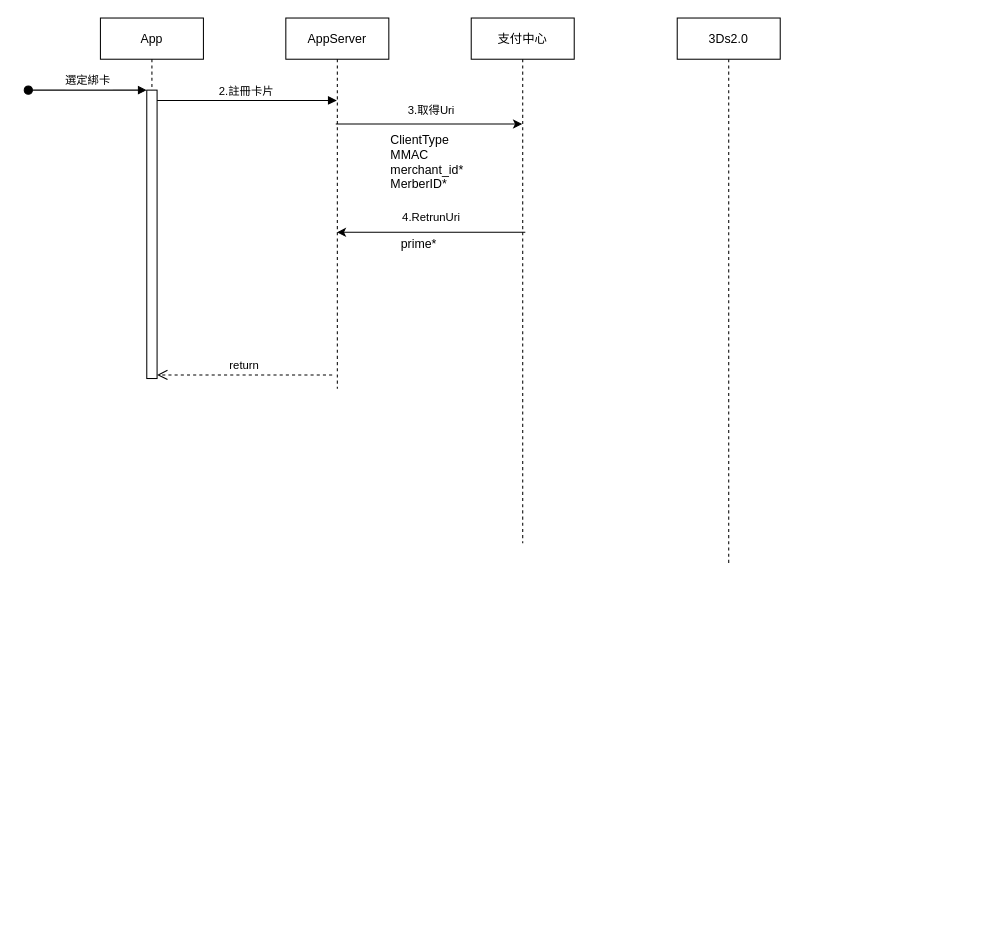
The draw.io diagram 交易流程.drawio in ChihLin8168/newDrawio, before the edit. Source tidied: cells renumbered, new cells numbered last; positions are measured from the earlier drawing's top-left corner, leaving out a move shared by most shapes. Both pictures are drawn from the tidied source at 103%, with x=0, y=0 at pixel (28, 18).
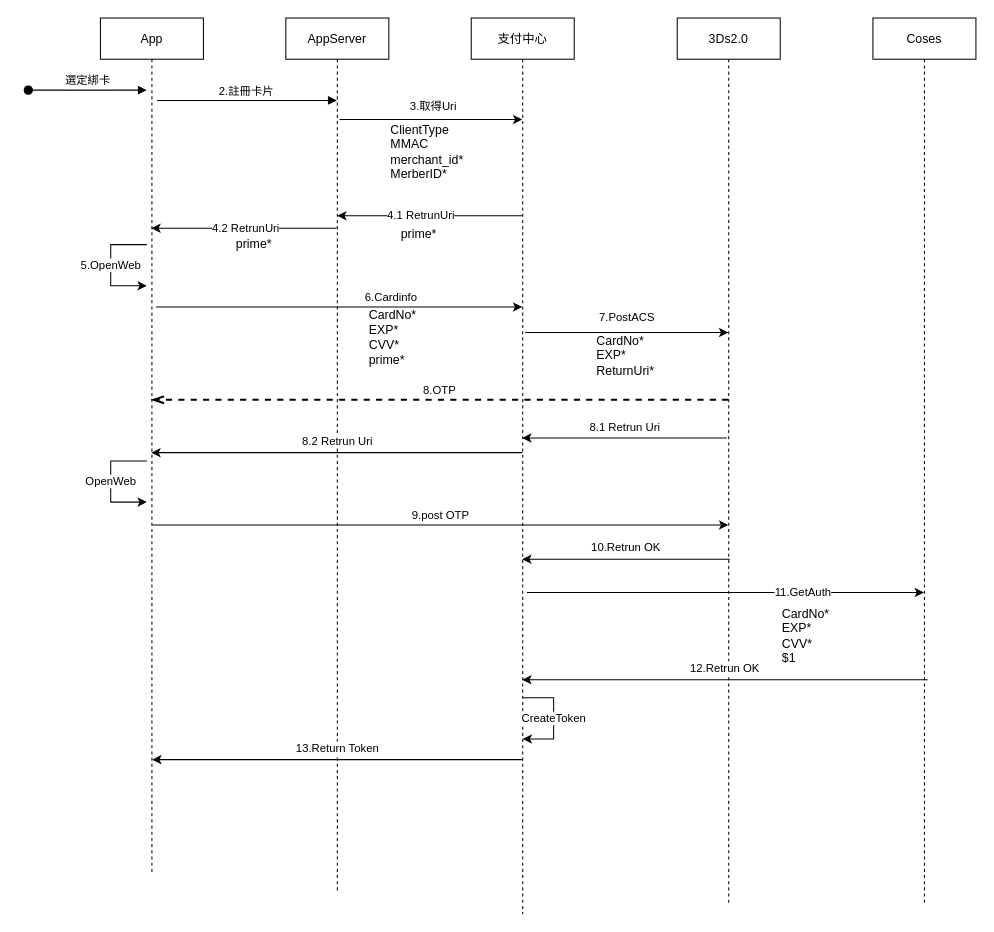
Above is the later version.

Commit message:
更新交易流程.drawio

Change to the diagram source:
```diff
@@
     <mxCell id="2" value="App" style="shape=umlLifeline;perimeter=lifelinePerimeter;rounded=0;shadow=0;strokeWidth=1;" parent="1" vertex="1">
-      <mxGeometry x="70" width="100" height="350" as="geometry" />
+      <mxGeometry x="70" width="100" height="830" as="geometry" />
     </mxCell>
-    <mxCell id="3" style="points=[];perimeter=orthogonalPerimeter;rounded=0;shadow=0;strokeWidth=1;" parent="2" vertex="1">
-      <mxGeometry x="45" y="70" width="10" height="280" as="geometry" />
-    </mxCell>
-    <mxCell id="4" value="選定綁卡" style="verticalAlign=bottom;startArrow=oval;endArrow=block;startSize=8;shadow=0;strokeWidth=1;" parent="2" edge="1" target="3">
+    <mxCell id="4" value="選定綁卡" style="verticalAlign=bottom;startArrow=oval;endArrow=block;startSize=8;shadow=0;strokeWidth=1;" parent="2" edge="1">
       <mxGeometry relative="1" as="geometry">
         <mxPoint x="-70" y="70" as="sourcePoint" />
+        <mxPoint x="45" y="70" as="targetPoint" />
       </mxGeometry>
     </mxCell>
+    <mxCell id="14" value="5.OpenWeb" style="edgeStyle=elbowEdgeStyle;rounded=0;orthogonalLoop=1;jettySize=auto;html=1;" parent="2" edge="1">
+      <mxGeometry relative="1" as="geometry">
+        <mxPoint x="45" y="220" as="sourcePoint" />
+        <mxPoint x="45" y="260" as="targetPoint" />
+        <Array as="points">
+          <mxPoint x="10" y="220" />
+          <mxPoint x="-20" y="170" />
+        </Array>
+      </mxGeometry>
+    </mxCell>
+    <mxCell id="15" value="OpenWeb" style="edgeStyle=elbowEdgeStyle;rounded=0;orthogonalLoop=1;jettySize=auto;html=1;" parent="2" edge="1">
+      <mxGeometry relative="1" as="geometry">
+        <mxPoint x="45" y="430" as="sourcePoint" />
+        <mxPoint x="45" y="470" as="targetPoint" />
+        <Array as="points">
+          <mxPoint x="10" y="430" />
+          <mxPoint x="-20" y="380" />
+        </Array>
+      </mxGeometry>
+    </mxCell>
     <mxCell id="5" value="AppServer" style="shape=umlLifeline;perimeter=lifelinePerimeter;rounded=0;shadow=0;strokeWidth=1;" parent="1" vertex="1">
-      <mxGeometry x="250" width="100" height="360" as="geometry" />
+      <mxGeometry x="250" width="100" height="850" as="geometry" />
     </mxCell>
-    <mxCell id="6" value="return" style="verticalAlign=bottom;endArrow=open;dashed=1;endSize=8;exitX=0;exitY=0.95;shadow=0;strokeWidth=1;" parent="1" edge="1" target="3">
-      <mxGeometry relative="1" as="geometry">
-        <mxPoint x="295" y="346.5" as="sourcePoint" />
-      </mxGeometry>
+    <mxCell id="6" value="8.OTP" style="verticalAlign=bottom;endArrow=openThin;dashed=1;endSize=8;shadow=0;strokeWidth=2;exitX=0.496;exitY=0.431;exitDx=0;exitDy=0;exitPerimeter=0;endFill=0;" parent="1" edge="1" source="11" target="2">
+      <mxGeometry relative="1" as="geometry" />
     </mxCell>
-    <mxCell id="7" value="2.註冊卡片" style="verticalAlign=bottom;endArrow=block;shadow=0;strokeWidth=1;" parent="1" edge="1" source="3" target="5">
+    <mxCell id="7" value="2.註冊卡片" style="verticalAlign=bottom;endArrow=block;shadow=0;strokeWidth=1;" parent="1" edge="1" target="5">
       <mxGeometry relative="1" as="geometry">
+        <mxPoint x="125" y="80" as="sourcePoint" />
         <Array as="points">
           <mxPoint x="200" y="80" />
         </Array>
       </mxGeometry>
     </mxCell>
     <mxCell id="8" value="支付中心" style="shape=umlLifeline;perimeter=lifelinePerimeter;rounded=0;shadow=0;strokeWidth=1;" parent="1" vertex="1">
-      <mxGeometry x="430" width="100" height="510" as="geometry" />
+      <mxGeometry x="430" width="100" height="870" as="geometry" />
     </mxCell>
+    <mxCell id="16" value="CreateToken" style="edgeStyle=elbowEdgeStyle;rounded=0;orthogonalLoop=1;jettySize=auto;html=1;" parent="8" edge="1">
+      <mxGeometry relative="1" as="geometry">
+        <mxPoint x="50" y="660" as="sourcePoint" />
+        <mxPoint x="50" y="700" as="targetPoint" />
+        <Array as="points">
+          <mxPoint x="80" y="680" />
+          <mxPoint x="-15" y="610" />
+        </Array>
+      </mxGeometry>
+    </mxCell>
     <mxCell id="9" value="prime*" style="text;html=1;verticalAlign=middle;strokeColor=none;fillColor=none;" parent="1" vertex="1">
-      <mxGeometry x="360" y="210" width="50" height="20" as="geometry" />
+      <mxGeometry x="200" y="210" width="50" height="20" as="geometry" />
     </mxCell>
-    <mxCell id="10" value="3.取得Uri" style="edgeStyle=none;rounded=0;jettySize=auto;html=1;exitX=0.485;exitY=0.286;exitDx=0;exitDy=0;exitPerimeter=0;" parent="1" edge="1" source="5" target="8">
+    <mxCell id="10" value="3.取得Uri" style="edgeStyle=none;rounded=0;jettySize=auto;html=1;exitX=0.522;exitY=0.116;exitDx=0;exitDy=0;exitPerimeter=0;" parent="1" edge="1" source="5" target="8">
       <mxGeometry x="0.01" y="13" relative="1" as="geometry">
         <mxPoint x="1" as="offset" />
       </mxGeometry>
     </mxCell>
     <mxCell id="11" value="3Ds2.0" style="shape=umlLifeline;perimeter=lifelinePerimeter;rounded=0;shadow=0;strokeWidth=1;" parent="1" vertex="1">
-      <mxGeometry x="630" width="100" height="530" as="geometry" />
+      <mxGeometry x="630" width="100" height="860" as="geometry" />
     </mxCell>
     <mxCell id="12" value="ClientType&lt;br&gt;MMAC&lt;br&gt;merchant_id*&lt;br&gt;MerberID*" style="text;html=1;verticalAlign=middle;strokeColor=none;fillColor=none;" parent="1" vertex="1">
-      <mxGeometry x="350" y="110" width="90" height="60" as="geometry" />
+      <mxGeometry x="350" y="100" width="90" height="60" as="geometry" />
     </mxCell>
-    <mxCell id="13" value="4.RetrunUri" style="edgeStyle=none;rounded=0;jettySize=auto;html=1;exitX=0.525;exitY=0.408;exitDx=0;exitDy=0;exitPerimeter=0;" parent="1" edge="1" source="8" target="5">
-      <mxGeometry y="-14" relative="1" as="geometry" />
+    <mxCell id="13" value="4.1 RetrunUri" style="edgeStyle=none;rounded=0;jettySize=auto;html=1;" parent="1" edge="1" source="8" target="5">
+      <mxGeometry x="0.1" relative="1" as="geometry">
+        <Array as="points">
+          <mxPoint x="300" y="192" />
+        </Array>
+      </mxGeometry>
     </mxCell>
+    <mxCell id="17" value="6.Cardinfo" style="edgeStyle=none;rounded=0;jettySize=auto;html=1;exitX=0.54;exitY=0.338;exitDx=0;exitDy=0;exitPerimeter=0;" parent="1" edge="1" source="2" target="8">
+      <mxGeometry x="0.28" y="10" relative="1" as="geometry" />
+    </mxCell>
+    <mxCell id="18" value="CardNo*&lt;br&gt;EXP*&lt;br&gt;CVV*&lt;br&gt;prime*" style="text;html=1;verticalAlign=middle;strokeColor=none;fillColor=none;" parent="1" vertex="1">
+      <mxGeometry x="329" y="280" width="60" height="60" as="geometry" />
+    </mxCell>
+    <mxCell id="19" value="7.PostACS" style="endArrow=classic;html=1;exitX=0.525;exitY=0.351;exitDx=0;exitDy=0;exitPerimeter=0;" parent="1" edge="1" source="8" target="11">
+      <mxGeometry x="-0.01" y="14" relative="1" as="geometry" />
+    </mxCell>
+    <mxCell id="20" value="8.1 Retrun Uri" style="endArrow=classic;html=1;exitX=0.482;exitY=0.474;exitDx=0;exitDy=0;exitPerimeter=0;" parent="1" edge="1" source="11" target="8">
+      <mxGeometry y="-11" relative="1" as="geometry" />
+    </mxCell>
+    <mxCell id="21" value="4.2 RetrunUri" style="endArrow=classic;html=1;exitX=0.493;exitY=0.24;exitDx=0;exitDy=0;exitPerimeter=0;" parent="1" edge="1" source="5" target="2">
+      <mxGeometry x="-0.02" relative="1" as="geometry" />
+    </mxCell>
+    <mxCell id="22" value="prime*" style="text;html=1;verticalAlign=middle;strokeColor=none;fillColor=none;" parent="1" vertex="1">
+      <mxGeometry x="360" y="200" width="50" height="20" as="geometry" />
+    </mxCell>
+    <mxCell id="23" value="CardNo*&lt;br&gt;EXP*&lt;br&gt;ReturnUri*" style="text;html=1;verticalAlign=middle;strokeColor=none;fillColor=none;" parent="1" vertex="1">
+      <mxGeometry x="550" y="303" width="70" height="50" as="geometry" />
+    </mxCell>
+    <mxCell id="24" value="9.post OTP" style="edgeStyle=none;rounded=0;jettySize=auto;html=1;exitX=0.504;exitY=0.593;exitDx=0;exitDy=0;exitPerimeter=0;" parent="1" edge="1" source="2" target="11">
+      <mxGeometry y="9" relative="1" as="geometry" />
+    </mxCell>
+    <mxCell id="25" value="8.2 Retrun Uri" style="endArrow=classic;html=1;exitX=0.496;exitY=0.485;exitDx=0;exitDy=0;exitPerimeter=0;" parent="1" edge="1" source="8" target="2">
+      <mxGeometry y="-11" relative="1" as="geometry" />
+    </mxCell>
+    <mxCell id="26" value="10.Retrun OK" style="endArrow=classic;html=1;exitX=0.511;exitY=0.611;exitDx=0;exitDy=0;exitPerimeter=0;" parent="1" edge="1" source="11" target="8">
+      <mxGeometry y="-11" relative="1" as="geometry" />
+    </mxCell>
+    <mxCell id="27" value="11.GetAuth" style="rounded=0;jettySize=auto;html=1;exitX=0.54;exitY=0.641;exitDx=0;exitDy=0;exitPerimeter=0;" parent="1" edge="1" source="8" target="28">
+      <mxGeometry x="0.39" relative="1" as="geometry" />
+    </mxCell>
+    <mxCell id="28" value="Coses" style="shape=umlLifeline;perimeter=lifelinePerimeter;rounded=0;shadow=0;strokeWidth=1;" parent="1" vertex="1">
+      <mxGeometry x="820" width="100" height="860" as="geometry" />
+    </mxCell>
+    <mxCell id="29" value="CardNo*&lt;br&gt;EXP*&lt;br&gt;CVV*&lt;br&gt;$1" style="text;html=1;verticalAlign=middle;strokeColor=none;fillColor=none;" parent="1" vertex="1">
+      <mxGeometry x="730" y="570" width="60" height="60" as="geometry" />
+    </mxCell>
+    <mxCell id="30" value="12.Retrun OK" style="endArrow=classic;html=1;exitX=0.531;exitY=0.747;exitDx=0;exitDy=0;exitPerimeter=0;" parent="1" edge="1" source="28" target="8">
+      <mxGeometry y="-11" relative="1" as="geometry" />
+    </mxCell>
+    <mxCell id="31" value="13.Return Token" style="endArrow=classic;html=1;exitX=0.489;exitY=0.617;exitDx=0;exitDy=0;exitPerimeter=0;" parent="1" edge="1">
+      <mxGeometry y="-11" relative="1" as="geometry">
+        <mxPoint x="479.7" y="720" as="sourcePoint" />
+        <mxPoint x="120.3" y="720" as="targetPoint" />
+      </mxGeometry>
+    </mxCell>
```
